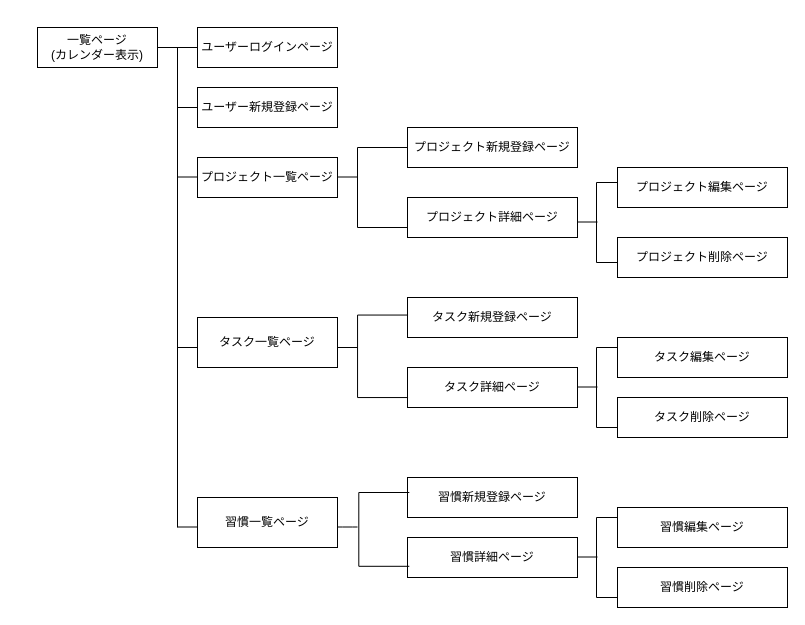
This is gamenseni.dio from kazu7719/jobwin, a draw.io file, before an edit. Source tidied: cells renumbered, new cells numbered last; positions are measured from the earlier drawing's top-left corner, leaving out a move shared by most shapes. Both pictures are drawn from the tidied source at 100%, with x=0, y=0 at pixel (37, 27).
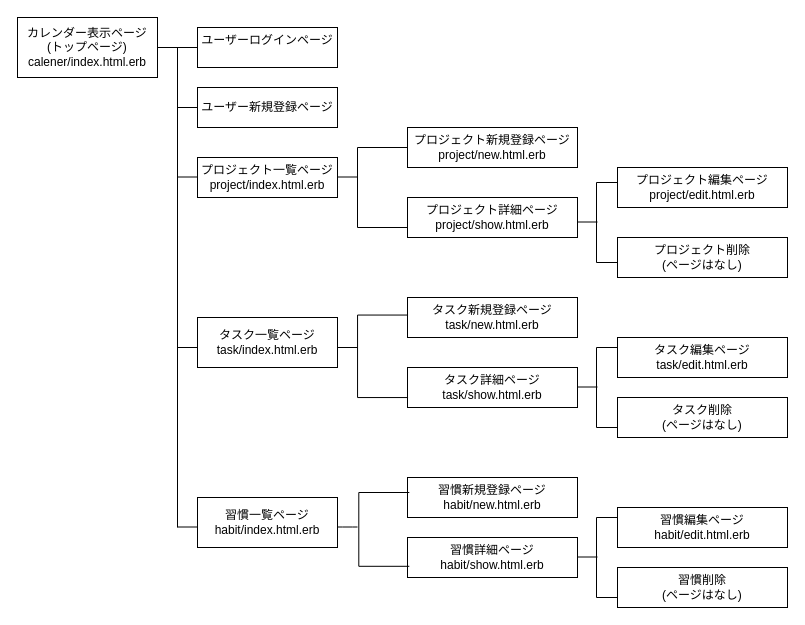
After the change.

Change to the diagram source:
```diff
@@
-    <mxCell id="2" value="一覧ページ&lt;div&gt;(カレンダー表示)&lt;/div&gt;" style="rounded=0;whiteSpace=wrap;html=1;" parent="1" vertex="1">
-      <mxGeometry width="120" height="40" as="geometry" />
+    <mxCell id="2" value="カレンダー表示ページ&lt;div&gt;(トップページ)&lt;/div&gt;&lt;div&gt;calener/index.html.erb&lt;/div&gt;" style="rounded=0;whiteSpace=wrap;html=1;" parent="1" vertex="1">
+      <mxGeometry x="-20" y="-10" width="140" height="60" as="geometry" />
     </mxCell>
-    <mxCell id="3" value="ユーザーログインページ" style="rounded=0;whiteSpace=wrap;html=1;" parent="1" vertex="1">
+    <mxCell id="3" value="ユーザーログインページ&lt;div&gt;&lt;br&gt;&lt;/div&gt;" style="rounded=0;whiteSpace=wrap;html=1;" parent="1" vertex="1">
       <mxGeometry x="160" width="140" height="40" as="geometry" />
     </mxCell>
@@
-    <mxCell id="5" value="プロジェクト一覧ページ" style="rounded=0;whiteSpace=wrap;html=1;" parent="1" vertex="1">
+    <mxCell id="5" value="プロジェクト一覧ページ&lt;div&gt;project/index.html.erb&lt;/div&gt;" style="rounded=0;whiteSpace=wrap;html=1;" parent="1" vertex="1">
       <mxGeometry x="160" y="130" width="140" height="40" as="geometry" />
     </mxCell>
-    <mxCell id="6" value="タスク一覧ページ" style="rounded=0;whiteSpace=wrap;html=1;" parent="1" vertex="1">
+    <mxCell id="6" value="タスク一覧ページ&lt;div&gt;task/index.html.erb&lt;/div&gt;" style="rounded=0;whiteSpace=wrap;html=1;" parent="1" vertex="1">
       <mxGeometry x="160" y="290" width="140" height="50" as="geometry" />
     </mxCell>
-    <mxCell id="7" value="習慣一覧ページ" style="rounded=0;whiteSpace=wrap;html=1;" parent="1" vertex="1">
+    <mxCell id="7" value="習慣一覧ページ&lt;div&gt;habit/index.html.erb&lt;/div&gt;" style="rounded=0;whiteSpace=wrap;html=1;" parent="1" vertex="1">
       <mxGeometry x="160" y="470" width="140" height="50" as="geometry" />
     </mxCell>
-    <mxCell id="8" value="プロジェクト編集ページ" style="rounded=0;whiteSpace=wrap;html=1;" parent="1" vertex="1">
+    <mxCell id="8" value="プロジェクト編集ページ&lt;div&gt;project/edit.html.erb&lt;/div&gt;" style="rounded=0;whiteSpace=wrap;html=1;" parent="1" vertex="1">
       <mxGeometry x="580" y="140" width="170" height="40" as="geometry" />
     </mxCell>
-    <mxCell id="9" value="プロジェクト新規登録ページ" style="rounded=0;whiteSpace=wrap;html=1;" parent="1" vertex="1">
+    <mxCell id="9" value="プロジェクト新規登録ページ&lt;div&gt;project/new.html.erb&lt;/div&gt;" style="rounded=0;whiteSpace=wrap;html=1;" parent="1" vertex="1">
       <mxGeometry x="370" y="100" width="170" height="40" as="geometry" />
     </mxCell>
-    <mxCell id="10" value="プロジェクト詳細ページ" style="rounded=0;whiteSpace=wrap;html=1;" parent="1" vertex="1">
+    <mxCell id="10" value="プロジェクト詳細ページ&lt;div&gt;project/show.html.erb&lt;/div&gt;" style="rounded=0;whiteSpace=wrap;html=1;" parent="1" vertex="1">
       <mxGeometry x="370" y="170" width="170" height="40" as="geometry" />
     </mxCell>
-    <mxCell id="11" value="プロジェクト削除ページ" style="rounded=0;whiteSpace=wrap;html=1;" parent="1" vertex="1">
+    <mxCell id="11" value="プロジェクト削除&lt;div&gt;(ページはなし)&lt;/div&gt;" style="rounded=0;whiteSpace=wrap;html=1;" parent="1" vertex="1">
       <mxGeometry x="580" y="210" width="170" height="40" as="geometry" />
     </mxCell>
-    <mxCell id="12" value="習慣新規登録ページ" style="rounded=0;whiteSpace=wrap;html=1;" parent="1" vertex="1">
+    <mxCell id="12" value="習慣新規登録ページ&lt;div&gt;habit/new.html.erb&lt;/div&gt;" style="rounded=0;whiteSpace=wrap;html=1;" parent="1" vertex="1">
       <mxGeometry x="370" y="450" width="170" height="40" as="geometry" />
     </mxCell>
-    <mxCell id="13" value="習慣詳細ページ" style="rounded=0;whiteSpace=wrap;html=1;" parent="1" vertex="1">
+    <mxCell id="13" value="習慣詳細ページ&lt;div&gt;habit/show.html.erb&lt;/div&gt;" style="rounded=0;whiteSpace=wrap;html=1;" parent="1" vertex="1">
       <mxGeometry x="370" y="510" width="170" height="40" as="geometry" />
     </mxCell>
-    <mxCell id="14" value="タスク編集ページ" style="rounded=0;whiteSpace=wrap;html=1;" parent="1" vertex="1">
+    <mxCell id="14" value="タスク編集ページ&lt;div&gt;task/edit.html.erb&lt;/div&gt;" style="rounded=0;whiteSpace=wrap;html=1;" parent="1" vertex="1">
       <mxGeometry x="580" y="310" width="170" height="40" as="geometry" />
     </mxCell>
-    <mxCell id="15" value="タスク削除ページ" style="rounded=0;whiteSpace=wrap;html=1;" parent="1" vertex="1">
+    <mxCell id="15" value="タスク削除&lt;div&gt;(ページはなし)&lt;/div&gt;" style="rounded=0;whiteSpace=wrap;html=1;" parent="1" vertex="1">
       <mxGeometry x="580" y="370" width="170" height="40" as="geometry" />
     </mxCell>
-    <mxCell id="16" value="タスク新規登録ページ" style="rounded=0;whiteSpace=wrap;html=1;" parent="1" vertex="1">
+    <mxCell id="16" value="タスク新規登録ページ&lt;div&gt;task/new.html.erb&lt;/div&gt;" style="rounded=0;whiteSpace=wrap;html=1;" parent="1" vertex="1">
       <mxGeometry x="370" y="270" width="170" height="40" as="geometry" />
     </mxCell>
-    <mxCell id="17" value="タスク詳細ページ" style="rounded=0;whiteSpace=wrap;html=1;" parent="1" vertex="1">
+    <mxCell id="17" value="タスク詳細ページ&lt;div&gt;task/show.html.erb&lt;/div&gt;" style="rounded=0;whiteSpace=wrap;html=1;" parent="1" vertex="1">
       <mxGeometry x="370" y="340" width="170" height="40" as="geometry" />
     </mxCell>
-    <mxCell id="18" value="習慣編集ページ" style="rounded=0;whiteSpace=wrap;html=1;" parent="1" vertex="1">
+    <mxCell id="18" value="習慣編集ページ&lt;div&gt;habit/edit.html.erb&lt;/div&gt;" style="rounded=0;whiteSpace=wrap;html=1;" parent="1" vertex="1">
       <mxGeometry x="580" y="480" width="170" height="40" as="geometry" />
     </mxCell>
-    <mxCell id="19" value="習慣削除ページ" style="rounded=0;whiteSpace=wrap;html=1;" parent="1" vertex="1">
+    <mxCell id="19" value="習慣削除&lt;div&gt;(ページはなし)&lt;/div&gt;" style="rounded=0;whiteSpace=wrap;html=1;" parent="1" vertex="1">
       <mxGeometry x="580" y="540" width="170" height="40" as="geometry" />
     </mxCell>
```
